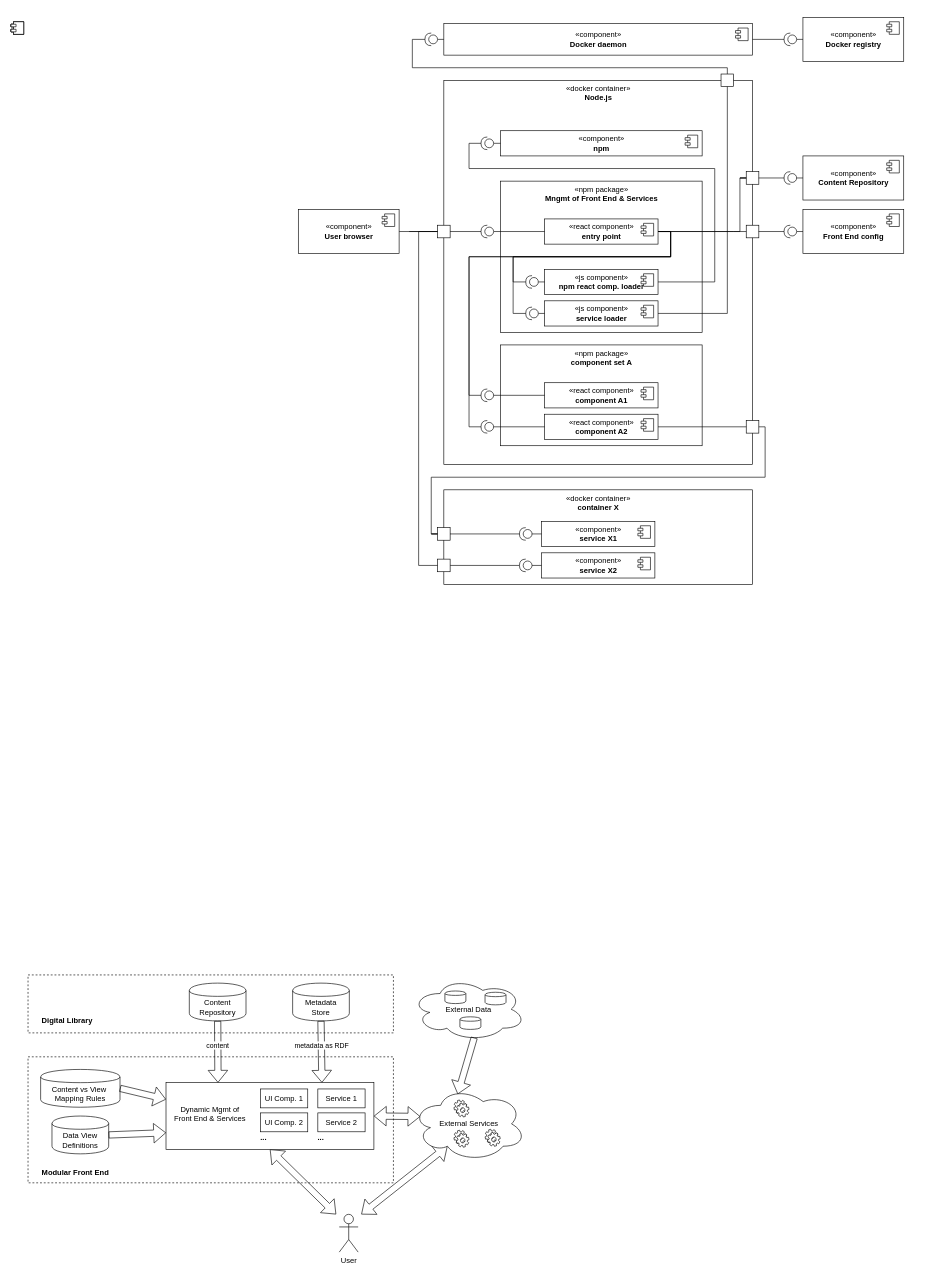
Earlier version of the draw.io diagram page "FrontEnd-UML" (3 of 3) of High Level.drawio (miguel76/ECODIGIT-architecture). Source tidied: cells renumbered, new cells numbered last; positions are measured from the earlier drawing's top-left corner, leaving out a move shared by most shapes. Both pictures are drawn from the tidied source at 63%, with x=0, y=0 at pixel (28, 17).
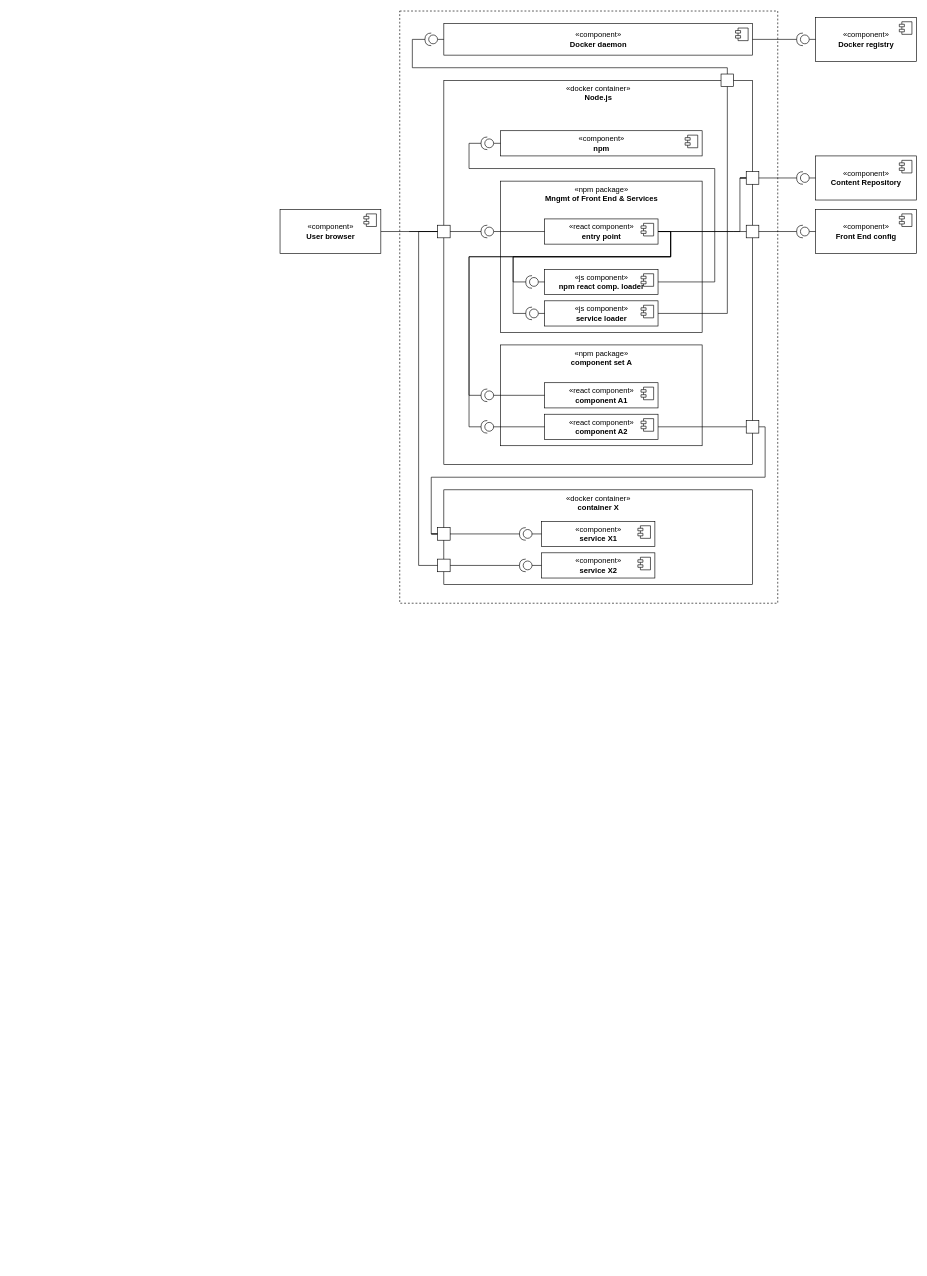
Above is the later version.

Diff of the diagram source:
```diff
@@
-    <mxCell id="2" style="rounded=0;whiteSpace=wrap;html=1;dashed=1;" parent="1" vertex="1">
-      <mxGeometry y="1650" width="580" height="200" as="geometry" />
-    </mxCell>
-    <mxCell id="3" style="rounded=0;whiteSpace=wrap;html=1;dashed=1;" parent="1" vertex="1">
-      <mxGeometry y="1520" width="580" height="92" as="geometry" />
-    </mxCell>
-    <mxCell id="4" value="&lt;span&gt;Content&lt;br&gt;Repository&lt;/span&gt;" style="shape=cylinder;whiteSpace=wrap;html=1;boundedLbl=1;backgroundOutline=1;" parent="1" vertex="1">
-      <mxGeometry x="256" y="1533" width="90" height="60" as="geometry" />
-    </mxCell>
-    <mxCell id="5" value="&lt;span&gt;Metadata&lt;br&gt;Store&lt;/span&gt;" style="shape=cylinder;whiteSpace=wrap;html=1;boundedLbl=1;backgroundOutline=1;" parent="1" vertex="1">
-      <mxGeometry x="420" y="1533" width="90" height="60" as="geometry" />
-    </mxCell>
-    <mxCell id="6" value="User" style="shape=umlActor;verticalLabelPosition=bottom;labelBackgroundColor=#ffffff;verticalAlign=top;html=1;" parent="1" vertex="1">
-      <mxGeometry x="494" y="1900" width="30" height="60" as="geometry" />
-    </mxCell>
-    <mxCell id="7" value="content" style="shape=flexArrow;endArrow=classic;html=1;entryX=0.25;entryY=0;entryDx=0;entryDy=0;exitX=0.5;exitY=1;exitDx=0;exitDy=0;" parent="1" edge="1" source="4" target="23">
-      <mxGeometry x="-0.2" relative="1" as="geometry" />
-    </mxCell>
-    <mxCell id="8" value="metadata&amp;nbsp;as RDF&lt;br&gt;" style="shape=flexArrow;endArrow=classic;html=1;entryX=0.75;entryY=0;entryDx=0;entryDy=0;exitX=0.5;exitY=1;exitDx=0;exitDy=0;" parent="1" edge="1" source="5" target="23">
-      <mxGeometry x="-0.2" relative="1" as="geometry" />
-    </mxCell>
-    <mxCell id="9" style="shape=flexArrow;endArrow=classic;startArrow=classic;html=1;entryX=0.5;entryY=1;entryDx=0;entryDy=0;" parent="1" edge="1" target="23">
-      <mxGeometry relative="1" as="geometry">
-        <mxPoint x="489" y="1900" as="sourcePoint" />
-      </mxGeometry>
-    </mxCell>
-    <mxCell id="10" style="shape=flexArrow;endArrow=classic;startArrow=classic;html=1;exitX=1;exitY=0.5;exitDx=0;exitDy=0;entryX=0.07;entryY=0.4;entryDx=0;entryDy=0;entryPerimeter=0;" parent="1" edge="1" source="23" target="30">
-      <mxGeometry relative="1" as="geometry" />
-    </mxCell>
-    <mxCell id="11" style="group;" parent="1" vertex="1">
-      <mxGeometry x="609" y="1524.5" width="191" height="121" as="geometry" />
-    </mxCell>
-    <mxCell id="12" value="External Data" style="ellipse;shape=cloud;whiteSpace=wrap;html=1;" parent="11" vertex="1">
-      <mxGeometry width="180.5" height="100" as="geometry" />
-    </mxCell>
-    <mxCell id="13" style="shape=cylinder;whiteSpace=wrap;html=1;boundedLbl=1;backgroundOutline=1;" parent="11" vertex="1">
-      <mxGeometry x="52.7" y="21" width="33.3" height="20" as="geometry" />
-    </mxCell>
-    <mxCell id="14" style="shape=cylinder;whiteSpace=wrap;html=1;boundedLbl=1;backgroundOutline=1;" parent="11" vertex="1">
-      <mxGeometry x="76.5" y="62" width="33.3" height="20" as="geometry" />
-    </mxCell>
-    <mxCell id="15" style="shape=cylinder;whiteSpace=wrap;html=1;boundedLbl=1;backgroundOutline=1;" parent="11" vertex="1">
-      <mxGeometry x="116.4" y="23" width="33.3" height="20" as="geometry" />
-    </mxCell>
-    <mxCell id="16" style="shape=flexArrow;endArrow=classic;html=1;entryX=0.4;entryY=0.1;entryDx=0;entryDy=0;entryPerimeter=0;exitX=0.55;exitY=0.95;exitDx=0;exitDy=0;exitPerimeter=0;" parent="1" edge="1" source="12" target="30">
-      <mxGeometry x="-0.2" relative="1" as="geometry" />
-    </mxCell>
-    <mxCell id="17" style="shape=flexArrow;endArrow=classic;startArrow=classic;html=1;entryX=0.31;entryY=0.8;entryDx=0;entryDy=0;entryPerimeter=0;" parent="1" edge="1" target="30">
-      <mxGeometry relative="1" as="geometry">
-        <mxPoint x="529" y="1900" as="sourcePoint" />
-      </mxGeometry>
-    </mxCell>
-    <mxCell id="18" value="&lt;span&gt;Content vs View&amp;nbsp;&lt;br&gt;Mapping Rules&lt;/span&gt;" style="shape=cylinder;whiteSpace=wrap;html=1;boundedLbl=1;backgroundOutline=1;" parent="1" vertex="1">
-      <mxGeometry x="20" y="1670" width="126" height="60" as="geometry" />
-    </mxCell>
-    <mxCell id="19" value="&lt;span&gt;Data View&lt;br&gt;Definitions&lt;br&gt;&lt;/span&gt;" style="shape=cylinder;whiteSpace=wrap;html=1;boundedLbl=1;backgroundOutline=1;" parent="1" vertex="1">
-      <mxGeometry x="38" y="1744" width="90" height="60" as="geometry" />
-    </mxCell>
-    <mxCell id="20" style="shape=flexArrow;endArrow=classic;html=1;entryX=0;entryY=0.25;entryDx=0;entryDy=0;exitX=1;exitY=0.5;exitDx=0;exitDy=0;" parent="1" edge="1" source="18" target="23">
-      <mxGeometry x="-0.2" relative="1" as="geometry" />
-    </mxCell>
-    <mxCell id="21" style="shape=flexArrow;endArrow=classic;html=1;entryX=0;entryY=0.75;entryDx=0;entryDy=0;exitX=1;exitY=0.5;exitDx=0;exitDy=0;" parent="1" edge="1" source="19" target="23">
-      <mxGeometry x="-0.2" relative="1" as="geometry" />
-    </mxCell>
-    <mxCell id="22" style="group;" parent="1" vertex="1">
-      <mxGeometry x="219" y="1691" width="330" height="106" as="geometry" />
-    </mxCell>
-    <mxCell id="23" style="rounded=0;whiteSpace=wrap;html=1;" parent="22" vertex="1">
-      <mxGeometry width="330" height="106" as="geometry" />
-    </mxCell>
-    <mxCell id="24" value="UI Comp. 1" style="rounded=0;whiteSpace=wrap;html=1;" parent="22" vertex="1">
-      <mxGeometry x="150" y="10" width="75" height="30" as="geometry" />
-    </mxCell>
-    <mxCell id="25" value="UI Comp. 2" style="rounded=0;whiteSpace=wrap;html=1;" parent="22" vertex="1">
-      <mxGeometry x="150" y="48" width="75" height="30" as="geometry" />
-    </mxCell>
-    <mxCell id="26" value="&lt;b&gt;...&lt;/b&gt;" style="text;html=1;strokeColor=none;fillColor=none;align=center;verticalAlign=middle;whiteSpace=wrap;rounded=0;" parent="22" vertex="1">
-      <mxGeometry x="135" y="78" width="40" height="20" as="geometry" />
-    </mxCell>
-    <mxCell id="27" value="Dynamic Mgmt of&lt;br&gt;Front End &amp;amp; Services" style="text;html=1;strokeColor=none;fillColor=none;align=center;verticalAlign=middle;whiteSpace=wrap;rounded=0;" parent="22" vertex="1">
-      <mxGeometry y="40" width="140" height="20" as="geometry" />
-    </mxCell>
-    <mxCell id="28" style="group;" parent="1" vertex="1">
-      <mxGeometry x="610" y="1697.5" width="180" height="118" as="geometry" />
-    </mxCell>
-    <mxCell id="29" style="group;" parent="28" vertex="1">
-      <mxGeometry width="180" height="118" as="geometry" />
-    </mxCell>
-    <mxCell id="30" value="External Services" style="ellipse;shape=cloud;whiteSpace=wrap;html=1;" parent="29" vertex="1">
-      <mxGeometry width="180" height="118" as="geometry" />
-    </mxCell>
-    <mxCell id="31" style="shape=mxgraph.bpmn.service_task;html=1;" parent="29" vertex="1">
-      <mxGeometry x="66" y="21" width="24" height="27" as="geometry" />
-    </mxCell>
-    <mxCell id="32" style="shape=mxgraph.bpmn.service_task;html=1;" parent="29" vertex="1">
-      <mxGeometry x="115.5" y="67.5" width="24" height="27" as="geometry" />
-    </mxCell>
-    <mxCell id="33" style="shape=mxgraph.bpmn.service_task;html=1;" parent="29" vertex="1">
-      <mxGeometry x="66" y="69" width="24" height="27" as="geometry" />
-    </mxCell>
-    <mxCell id="34" value="&lt;b&gt;Digital Library&lt;/b&gt;" style="text;html=1;strokeColor=none;fillColor=none;align=left;verticalAlign=middle;whiteSpace=wrap;rounded=0;" parent="1" vertex="1">
-      <mxGeometry x="20" y="1583" width="137" height="20" as="geometry" />
-    </mxCell>
-    <mxCell id="35" value="&lt;b&gt;Modular Front End&lt;/b&gt;" style="text;html=1;strokeColor=none;fillColor=none;align=left;verticalAlign=middle;whiteSpace=wrap;rounded=0;" parent="1" vertex="1">
-      <mxGeometry x="20" y="1824" width="137" height="20" as="geometry" />
-    </mxCell>
-    <mxCell id="36" value="Service 1" style="rounded=0;whiteSpace=wrap;html=1;" parent="1" vertex="1">
-      <mxGeometry x="460" y="1701" width="75" height="30" as="geometry" />
-    </mxCell>
-    <mxCell id="37" value="Service 2" style="rounded=0;whiteSpace=wrap;html=1;" parent="1" vertex="1">
-      <mxGeometry x="460" y="1739" width="75" height="30" as="geometry" />
-    </mxCell>
-    <mxCell id="38" value="&lt;b&gt;...&lt;/b&gt;" style="text;html=1;strokeColor=none;fillColor=none;align=center;verticalAlign=middle;whiteSpace=wrap;rounded=0;" parent="1" vertex="1">
-      <mxGeometry x="445" y="1769" width="40" height="20" as="geometry" />
-    </mxCell>
+    <mxCell id="122" style="rounded=0;whiteSpace=wrap;html=1;dashed=1;fillColor=none;" parent="1" vertex="1">
+      <mxGeometry x="590" y="-10" width="600" height="940" as="geometry" />
+    </mxCell>
@@
-    <mxCell id="42" style="shape=component;jettyWidth=8;jettyHeight=4;" parent="1" vertex="1">
-      <mxGeometry x="1" width="20" height="20" relative="1" as="geometry">
-        <mxPoint x="-27" y="7" as="offset" />
-      </mxGeometry>
-    </mxCell>
-    <mxCell id="43" style="shape=component;jettyWidth=8;jettyHeight=4;" parent="1" vertex="1">
-      <mxGeometry x="1" width="20" height="20" relative="1" as="geometry">
-        <mxPoint x="-27" y="7" as="offset" />
-      </mxGeometry>
-    </mxCell>
-    <mxCell id="44" style="shape=component;jettyWidth=8;jettyHeight=4;" parent="1" vertex="1">
-      <mxGeometry x="1" width="20" height="20" relative="1" as="geometry">
-        <mxPoint x="-27" y="7" as="offset" />
-      </mxGeometry>
-    </mxCell>
     <mxCell id="45" value="«component»&lt;br&gt;&lt;b&gt;Content Repository&lt;br&gt;&lt;/b&gt;" style="html=1;" parent="1" vertex="1">
-      <mxGeometry x="1230" y="220" width="160" height="70" as="geometry" />
+      <mxGeometry x="1250" y="220" width="160" height="70" as="geometry" />
     </mxCell>
@@
     <mxCell id="80" value="«component»&lt;br&gt;&lt;b&gt;Front End config&lt;br&gt;&lt;/b&gt;" style="html=1;" parent="1" vertex="1">
-      <mxGeometry x="1230" y="305" width="160" height="70" as="geometry" />
+      <mxGeometry x="1250" y="305" width="160" height="70" as="geometry" />
     </mxCell>
@@
     <mxCell id="86" style="shape=providedRequiredInterface;html=1;verticalLabelPosition=bottom;direction=west;" parent="1" vertex="1">
-      <mxGeometry x="1200" y="330" width="20" height="20" as="geometry" />
+      <mxGeometry x="1220" y="330" width="20" height="20" as="geometry" />
     </mxCell>
@@
     <mxCell id="89" style="shape=providedRequiredInterface;html=1;verticalLabelPosition=bottom;direction=west;" parent="1" vertex="1">
-      <mxGeometry x="1200" y="245" width="20" height="20" as="geometry" />
+      <mxGeometry x="1220" y="245" width="20" height="20" as="geometry" />
     </mxCell>
@@
     <mxCell id="96" value="«component»&lt;br&gt;&lt;b&gt;Docker registry&lt;br&gt;&lt;/b&gt;" style="html=1;" parent="1" vertex="1">
-      <mxGeometry x="1230" width="160" height="70" as="geometry" />
+      <mxGeometry x="1250" width="160" height="70" as="geometry" />
     </mxCell>
@@
     <mxCell id="100" style="shape=providedRequiredInterface;html=1;verticalLabelPosition=bottom;direction=west;" parent="1" vertex="1">
-      <mxGeometry x="1200" y="25" width="20" height="20" as="geometry" />
+      <mxGeometry x="1220" y="25" width="20" height="20" as="geometry" />
     </mxCell>
@@
     <mxCell id="102" value="«component»&lt;br&gt;&lt;b&gt;User browser&lt;br&gt;&lt;/b&gt;" style="html=1;" parent="1" vertex="1">
-      <mxGeometry x="429" y="305" width="160" height="70" as="geometry" />
+      <mxGeometry x="400" y="305" width="160" height="70" as="geometry" />
     </mxCell>
@@
-    <mxCell id="104" style="shape=component;jettyWidth=8;jettyHeight=4;" parent="1" vertex="1">
-      <mxGeometry x="1" width="20" height="20" relative="1" as="geometry">
-        <mxPoint x="-27" y="7" as="offset" />
-      </mxGeometry>
-    </mxCell>
```
